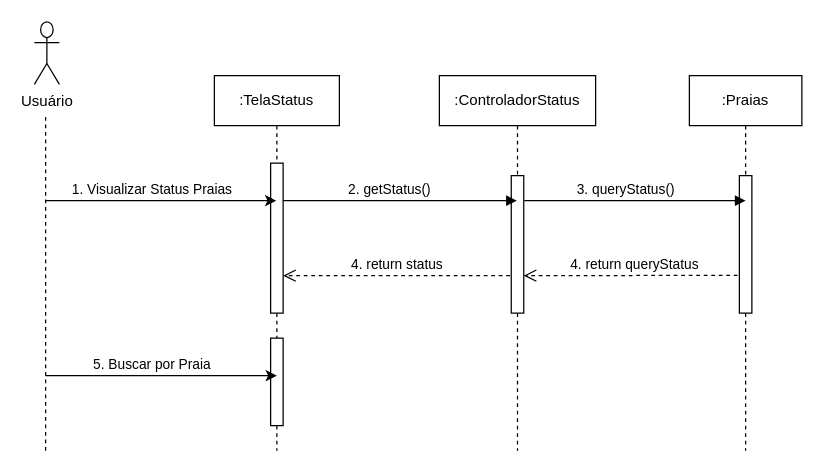
Earlier version of the draw.io diagram src/drawio/Visualizar-Status-Balneabilidade.drawio (Hatz-D/Litoral-Puro-RJ). Source tidied: cells renumbered, new cells numbered last; positions are measured from the earlier drawing's top-left corner, leaving out a move shared by most shapes. Both pictures are drawn from the tidied source at 125%, with x=0, y=0 at pixel (34, 21).
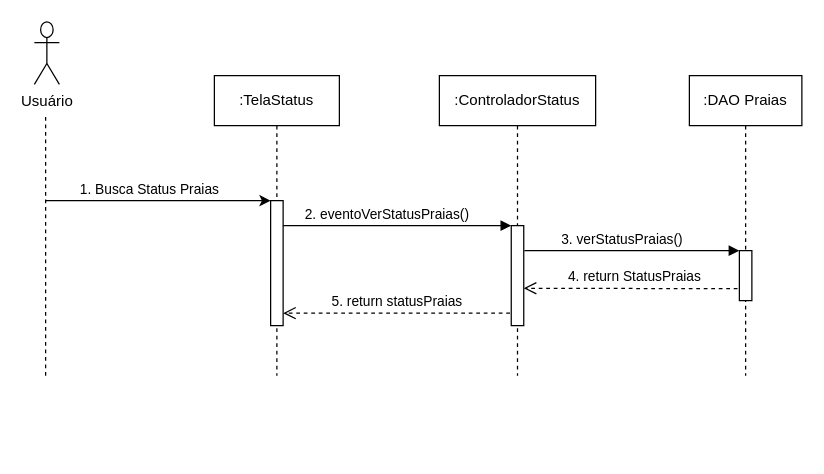
After the change.

Change to the diagram source:
```diff
@@
     <mxCell id="2" value=":TelaStatus" style="shape=umlLifeline;perimeter=lifelinePerimeter;whiteSpace=wrap;html=1;outlineConnect=0;portConstraint=eastwest;newEdgeStyle={&quot;edgeStyle&quot;:&quot;elbowEdgeStyle&quot;,&quot;elbow&quot;:&quot;vertical&quot;,&quot;curved&quot;:0,&quot;rounded&quot;:0};" parent="1" vertex="1">
-      <mxGeometry x="144" y="43" width="100" height="300" as="geometry" />
+      <mxGeometry x="144" y="43" width="100" height="240" as="geometry" />
     </mxCell>
     <mxCell id="3" style="html=1;points=[];perimeter=orthogonalPerimeter;outlineConnect=0;targetShapes=umlLifeline;portConstraint=eastwest;newEdgeStyle={&quot;edgeStyle&quot;:&quot;elbowEdgeStyle&quot;,&quot;elbow&quot;:&quot;vertical&quot;,&quot;curved&quot;:0,&quot;rounded&quot;:0};" parent="2" vertex="1">
-      <mxGeometry x="45" y="70" width="10" height="120" as="geometry" />
+      <mxGeometry x="45" y="100" width="10" height="100" as="geometry" />
     </mxCell>
-    <mxCell id="4" style="html=1;perimeter=orthogonalPerimeter;targetShapes=umlLifeline;newEdgeStyle={&quot;edgeStyle&quot;:&quot;elbowEdgeStyle&quot;,&quot;elbow&quot;:&quot;vertical&quot;,&quot;curved&quot;:0,&quot;rounded&quot;:0};" parent="2" vertex="1">
-      <mxGeometry x="45" y="210" width="10" height="70" as="geometry" />
-    </mxCell>
     <mxCell id="5" value=":ControladorStatus" style="shape=umlLifeline;perimeter=lifelinePerimeter;whiteSpace=wrap;html=1;outlineConnect=0;portConstraint=eastwest;newEdgeStyle={&quot;edgeStyle&quot;:&quot;elbowEdgeStyle&quot;,&quot;elbow&quot;:&quot;vertical&quot;,&quot;curved&quot;:0,&quot;rounded&quot;:0};" parent="1" vertex="1">
-      <mxGeometry x="324" y="43" width="125" height="300" as="geometry" />
+      <mxGeometry x="324" y="43" width="125" height="240" as="geometry" />
     </mxCell>
     <mxCell id="6" style="html=1;perimeter=orthogonalPerimeter;targetShapes=umlLifeline;newEdgeStyle={&quot;edgeStyle&quot;:&quot;elbowEdgeStyle&quot;,&quot;elbow&quot;:&quot;vertical&quot;,&quot;curved&quot;:0,&quot;rounded&quot;:0};" parent="5" vertex="1">
-      <mxGeometry x="57.5" y="80" width="10" height="110" as="geometry" />
+      <mxGeometry x="57.5" y="120" width="10" height="80" as="geometry" />
     </mxCell>
-    <mxCell id="7" value="2. getStatus()" style="html=1;verticalAlign=bottom;endArrow=block;edgeStyle=elbowEdgeStyle;elbow=vertical;curved=0;rounded=0;" parent="1" edge="1" target="5">
+    <mxCell id="7" value="2. eventoVerStatusPraias()" style="html=1;verticalAlign=bottom;endArrow=block;edgeStyle=elbowEdgeStyle;elbow=vertical;curved=0;rounded=0;" parent="1" edge="1">
       <mxGeometry x="-0.09" relative="1" as="geometry">
-        <mxPoint x="199" y="143" as="sourcePoint" />
+        <mxPoint x="199" y="163" as="sourcePoint" />
+        <mxPoint x="381.5" y="163" as="targetPoint" />
         <Array as="points">
-          <mxPoint x="284" y="143" />
+          <mxPoint x="284" y="163" />
         </Array>
       </mxGeometry>
     </mxCell>
-    <mxCell id="8" value="4. return queryStatus" style="html=1;verticalAlign=bottom;endArrow=open;dashed=1;endSize=8;edgeStyle=elbowEdgeStyle;elbow=vertical;curved=0;rounded=0;entryX=0.998;entryY=0.76;entryDx=0;entryDy=0;entryPerimeter=0;" parent="1" edge="1">
+    <mxCell id="8" value="4. return StatusPraias" style="html=1;verticalAlign=bottom;endArrow=open;dashed=1;endSize=8;edgeStyle=elbowEdgeStyle;elbow=horizontal;curved=0;rounded=0;entryX=0.998;entryY=0.76;entryDx=0;entryDy=0;entryPerimeter=0;" parent="1" edge="1">
       <mxGeometry relative="1" as="geometry">
-        <mxPoint x="568.5" y="202.8" as="sourcePoint" />
-        <mxPoint x="391.5" y="202.6" as="targetPoint" />
+        <mxPoint x="568.5" y="213.3" as="sourcePoint" />
+        <mxPoint x="391.5" y="213.1" as="targetPoint" />
       </mxGeometry>
     </mxCell>
     <mxCell id="9" style="endArrow=none;dashed=1;html=1;rounded=0;" parent="1" edge="1">
       <mxGeometry relative="1" as="geometry">
-        <mxPoint x="9" y="343" as="sourcePoint" />
+        <mxPoint x="9" y="283" as="sourcePoint" />
         <mxPoint x="9" y="73" as="targetPoint" />
       </mxGeometry>
     </mxCell>
@@
-    <mxCell id="11" style="endArrow=classic;html=1;rounded=0;" parent="1" edge="1" target="2">
+    <mxCell id="11" style="endArrow=classic;html=1;rounded=0;" parent="1" edge="1" target="3">
       <mxGeometry relative="1" as="geometry">
         <mxPoint x="9" y="143" as="sourcePoint" />
       </mxGeometry>
     </mxCell>
-    <mxCell id="12" value="1. Visualizar Status Praias" style="edgeLabel;html=1;align=center;verticalAlign=middle;" parent="11" vertex="1">
+    <mxCell id="12" value="1. Busca Status Praias" style="edgeLabel;html=1;align=center;verticalAlign=middle;" parent="11" vertex="1">
       <mxGeometry x="-0.09" y="-1" relative="1" as="geometry">
         <mxPoint y="-11" as="offset" />
       </mxGeometry>
     </mxCell>
-    <mxCell id="13" value=":Praias" style="shape=umlLifeline;perimeter=lifelinePerimeter;whiteSpace=wrap;html=1;newEdgeStyle={&quot;edgeStyle&quot;:&quot;elbowEdgeStyle&quot;,&quot;elbow&quot;:&quot;vertical&quot;,&quot;curved&quot;:0,&quot;rounded&quot;:0};" parent="1" vertex="1">
-      <mxGeometry x="524" y="43" width="90" height="300" as="geometry" />
+    <mxCell id="13" value=":DAO Praias" style="shape=umlLifeline;perimeter=lifelinePerimeter;whiteSpace=wrap;html=1;newEdgeStyle={&quot;edgeStyle&quot;:&quot;elbowEdgeStyle&quot;,&quot;elbow&quot;:&quot;vertical&quot;,&quot;curved&quot;:0,&quot;rounded&quot;:0};" parent="1" vertex="1">
+      <mxGeometry x="524" y="43" width="90" height="240" as="geometry" />
     </mxCell>
     <mxCell id="14" style="html=1;perimeter=orthogonalPerimeter;targetShapes=umlLifeline;newEdgeStyle={&quot;edgeStyle&quot;:&quot;elbowEdgeStyle&quot;,&quot;elbow&quot;:&quot;vertical&quot;,&quot;curved&quot;:0,&quot;rounded&quot;:0};" parent="13" vertex="1">
-      <mxGeometry x="40" y="80" width="10" height="110" as="geometry" />
+      <mxGeometry x="40" y="140" width="10" height="40" as="geometry" />
     </mxCell>
-    <mxCell id="15" value="3. queryStatus()" style="html=1;verticalAlign=bottom;endArrow=block;edgeStyle=elbowEdgeStyle;elbow=vertical;curved=0;rounded=0;" parent="1" edge="1">
+    <mxCell id="15" value="3. verStatusPraias()" style="html=1;verticalAlign=bottom;endArrow=block;edgeStyle=elbowEdgeStyle;elbow=vertical;curved=0;rounded=0;" parent="1" edge="1">
       <mxGeometry x="-0.09" relative="1" as="geometry">
-        <mxPoint x="392" y="143" as="sourcePoint" />
-        <mxPoint x="569" y="143" as="targetPoint" />
+        <mxPoint x="392" y="183" as="sourcePoint" />
+        <mxPoint x="564" y="183" as="targetPoint" />
         <Array as="points">
-          <mxPoint x="477" y="143" />
+          <mxPoint x="477" y="183" />
         </Array>
       </mxGeometry>
     </mxCell>
-    <mxCell id="16" value="4. return status" style="html=1;verticalAlign=bottom;endArrow=open;dashed=1;endSize=8;edgeStyle=elbowEdgeStyle;elbow=vertical;curved=0;rounded=0;" parent="1" edge="1" target="3">
+    <mxCell id="16" value="5. return statusPraias" style="html=1;verticalAlign=bottom;endArrow=open;dashed=1;endSize=8;edgeStyle=elbowEdgeStyle;elbow=vertical;curved=0;rounded=0;" parent="1" edge="1">
       <mxGeometry relative="1" as="geometry">
-        <mxPoint x="380.5" y="203" as="sourcePoint" />
+        <mxPoint x="380.5" y="233" as="sourcePoint" />
+        <mxPoint x="199" y="233" as="targetPoint" />
         <Array as="points">
-          <mxPoint x="205.5" y="203" />
+          <mxPoint x="205.5" y="233" />
         </Array>
       </mxGeometry>
     </mxCell>
-    <mxCell id="17" style="endArrow=classic;html=1;rounded=0;" parent="1" edge="1">
-      <mxGeometry relative="1" as="geometry">
-        <mxPoint x="9" y="283" as="sourcePoint" />
-        <mxPoint x="194" y="283" as="targetPoint" />
-      </mxGeometry>
-    </mxCell>
-    <mxCell id="18" value="5. Buscar por Praia" style="edgeLabel;html=1;align=center;verticalAlign=middle;" parent="17" vertex="1">
-      <mxGeometry x="-0.09" y="-1" relative="1" as="geometry">
-        <mxPoint y="-11" as="offset" />
-      </mxGeometry>
-    </mxCell>
```
